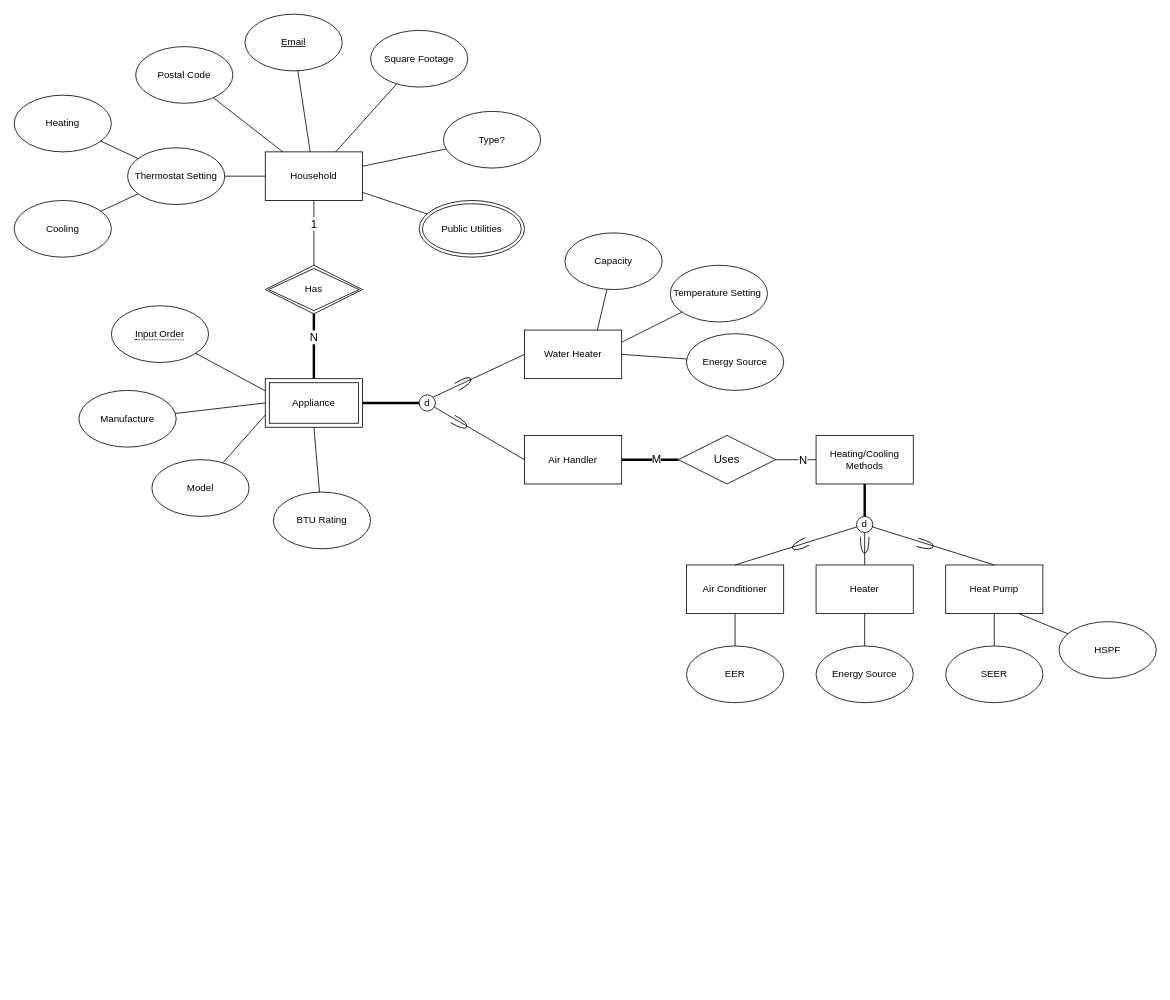
Earlier version of the draw.io diagram EER.drawio (isteven-shu/image-library). Source tidied: cells renumbered, new cells numbered last; positions are measured from the earlier drawing's top-left corner, leaving out a move shared by most shapes. Both pictures are drawn from the tidied source at 81%, with x=0, y=0 at pixel (14, 14).
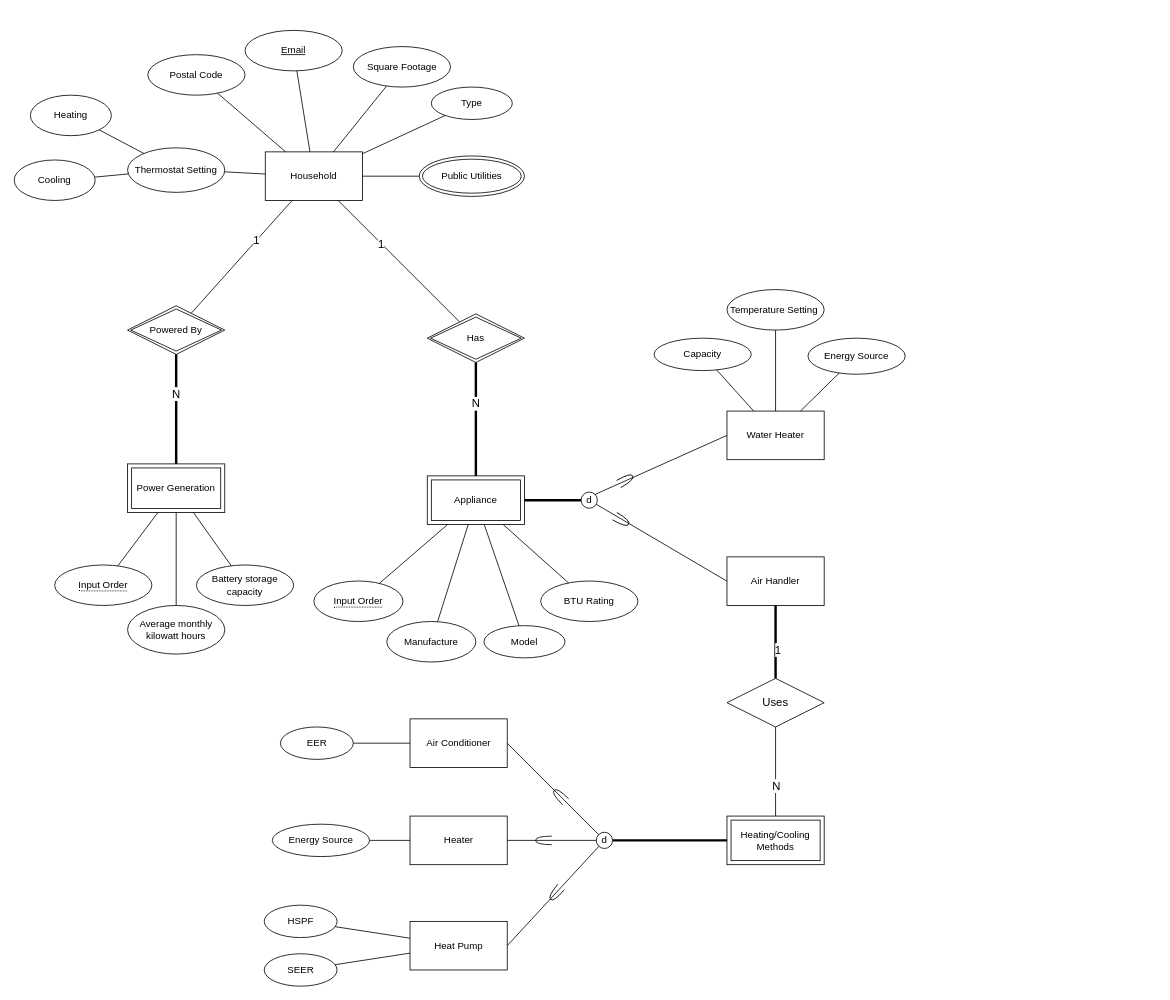
After the change.

Unchanged cells that the change refers to:
```xml
<mxCell id="2" value="Household" style="rounded=0;whiteSpace=wrap;html=1;" parent="1" vertex="1">
  <mxGeometry x="310" y="170" width="120" height="60" as="geometry" />
</mxCell>
<mxCell id="51" style="endArrow=none;html=1;rounded=0;strokeWidth=3;" parent="1" edge="1" source="37" target="50">
  <mxGeometry relative="1" as="geometry" />
</mxCell>
```

Change to the diagram source:
```diff
@@
     <mxCell id="3" value="&lt;u&gt;Email&lt;/u&gt;" style="ellipse;whiteSpace=wrap;html=1;" parent="1" vertex="1">
-      <mxGeometry x="285" width="120" height="70" as="geometry" />
+      <mxGeometry x="285" y="20" width="120" height="50" as="geometry" />
     </mxCell>
     <mxCell id="4" value="Square Footage" style="ellipse;whiteSpace=wrap;html=1;" parent="1" vertex="1">
-      <mxGeometry x="440" y="20" width="120" height="70" as="geometry" />
+      <mxGeometry x="418.7" y="40" width="120" height="50" as="geometry" />
     </mxCell>
-    <mxCell id="5" value="Type?" style="ellipse;whiteSpace=wrap;html=1;" parent="1" vertex="1">
-      <mxGeometry x="530" y="120" width="120" height="70" as="geometry" />
+    <mxCell id="5" value="Type" style="ellipse;whiteSpace=wrap;html=1;" parent="1" vertex="1">
+      <mxGeometry x="515" y="90" width="100" height="40" as="geometry" />
     </mxCell>
     <mxCell id="6" value="Public Utilities" style="ellipse;shape=doubleEllipse;whiteSpace=wrap;html=1;" parent="1" vertex="1">
-      <mxGeometry x="500" y="230" width="130" height="70" as="geometry" />
+      <mxGeometry x="500" y="175" width="130" height="50" as="geometry" />
     </mxCell>
     <mxCell id="7" value="Thermostat Setting" style="ellipse;whiteSpace=wrap;html=1;" parent="1" vertex="1">
-      <mxGeometry x="140" y="165" width="120" height="70" as="geometry" />
+      <mxGeometry x="140" y="165" width="120" height="55" as="geometry" />
     </mxCell>
     <mxCell id="8" value="Heating" style="ellipse;whiteSpace=wrap;html=1;" parent="1" vertex="1">
-      <mxGeometry y="100" width="120" height="70" as="geometry" />
+      <mxGeometry x="20" y="100" width="100" height="50" as="geometry" />
     </mxCell>
     <mxCell id="9" value="Cooling" style="ellipse;whiteSpace=wrap;html=1;" parent="1" vertex="1">
-      <mxGeometry y="230" width="120" height="70" as="geometry" />
+      <mxGeometry y="180" width="100" height="50" as="geometry" />
     </mxCell>
     <mxCell id="10" value="Postal Code" style="ellipse;whiteSpace=wrap;html=1;" parent="1" vertex="1">
-      <mxGeometry x="150" y="40" width="120" height="70" as="geometry" />
+      <mxGeometry x="165" y="50" width="120" height="50" as="geometry" />
     </mxCell>
@@
     <mxCell id="19" style="endArrow=none;html=1;rounded=0;startArrow=none;" parent="1" edge="1" source="22">
       <mxGeometry relative="1" as="geometry">
-        <mxPoint x="370" y="350" as="targetPoint" />
+        <mxPoint x="570" y="470" as="targetPoint" />
       </mxGeometry>
     </mxCell>
@@
     <mxCell id="22" value="Has" style="shape=rhombus;double=1;perimeter=rhombusPerimeter;whiteSpace=wrap;html=1;align=center;" parent="1" vertex="1">
-      <mxGeometry x="310" y="310" width="120" height="60" as="geometry" />
+      <mxGeometry x="510" y="370" width="120" height="60" as="geometry" />
     </mxCell>
     <mxCell id="23" value="Appliance" style="shape=ext;margin=3;double=1;whiteSpace=wrap;html=1;align=center;" parent="1" vertex="1">
-      <mxGeometry x="310" y="450" width="120" height="60" as="geometry" />
+      <mxGeometry x="510" y="570" width="120" height="60" as="geometry" />
     </mxCell>
     <mxCell id="24" value="&lt;span style=&quot;border-bottom: 1px dotted&quot;&gt;Input Order&lt;/span&gt;" style="ellipse;whiteSpace=wrap;html=1;align=center;" parent="1" vertex="1">
-      <mxGeometry x="120" y="360" width="120" height="70" as="geometry" />
+      <mxGeometry x="370" y="699.8" width="110" height="50" as="geometry" />
     </mxCell>
-    <mxCell id="25" style="endArrow=none;html=1;rounded=0;entryX=0;entryY=0.25;entryDx=0;entryDy=0;" parent="1" edge="1" source="24" target="23">
+    <mxCell id="25" style="endArrow=none;html=1;rounded=0;" parent="1" edge="1" source="24" target="23">
       <mxGeometry relative="1" as="geometry" />
     </mxCell>
@@
     <mxCell id="28" value="Manufacture" style="ellipse;whiteSpace=wrap;html=1;" parent="1" vertex="1">
-      <mxGeometry x="80" y="464.5" width="120" height="70" as="geometry" />
+      <mxGeometry x="460" y="749.8" width="110" height="50" as="geometry" />
     </mxCell>
-    <mxCell id="29" style="endArrow=none;html=1;rounded=0;entryX=0;entryY=0.5;entryDx=0;entryDy=0;" parent="1" edge="1" source="28" target="23">
+    <mxCell id="29" style="endArrow=none;html=1;rounded=0;" parent="1" edge="1" source="28" target="23">
       <mxGeometry relative="1" as="geometry" />
     </mxCell>
     <mxCell id="30" value="Model" style="ellipse;whiteSpace=wrap;html=1;" parent="1" vertex="1">
-      <mxGeometry x="170" y="550" width="120" height="70" as="geometry" />
+      <mxGeometry x="580" y="754.9" width="100" height="39.8" as="geometry" />
     </mxCell>
-    <mxCell id="31" style="endArrow=none;html=1;rounded=0;entryX=0;entryY=0.75;entryDx=0;entryDy=0;" parent="1" edge="1" source="30" target="23">
+    <mxCell id="31" style="endArrow=none;html=1;rounded=0;" parent="1" edge="1" source="30" target="23">
       <mxGeometry relative="1" as="geometry" />
     </mxCell>
     <mxCell id="32" value="BTU Rating" style="ellipse;whiteSpace=wrap;html=1;" parent="1" vertex="1">
-      <mxGeometry x="320" y="590" width="120" height="70" as="geometry" />
+      <mxGeometry x="650" y="699.8" width="120" height="50" as="geometry" />
     </mxCell>
-    <mxCell id="33" style="endArrow=none;html=1;rounded=0;exitX=0.5;exitY=1;exitDx=0;exitDy=0;" parent="1" edge="1" source="23" target="32">
+    <mxCell id="33" style="endArrow=none;html=1;rounded=0;" parent="1" edge="1" source="23" target="32">
       <mxGeometry relative="1" as="geometry" />
     </mxCell>
@@
     <mxCell id="35" value="d" style="ellipse;whiteSpace=wrap;html=1;" parent="1" vertex="1">
-      <mxGeometry x="500" y="470" width="20" height="20" as="geometry" />
+      <mxGeometry x="700" y="590" width="20" height="20" as="geometry" />
     </mxCell>
     <mxCell id="36" value="Water Heater" style="rounded=0;whiteSpace=wrap;html=1;" parent="1" vertex="1">
-      <mxGeometry x="630" y="390" width="120" height="60" as="geometry" />
+      <mxGeometry x="880" y="490" width="120" height="60" as="geometry" />
     </mxCell>
     <mxCell id="37" value="Air Handler" style="rounded=0;whiteSpace=wrap;html=1;" parent="1" vertex="1">
-      <mxGeometry x="630" y="520" width="120" height="60" as="geometry" />
+      <mxGeometry x="880" y="670" width="120" height="60" as="geometry" />
     </mxCell>
     <mxCell id="38" value="Capacity" style="ellipse;whiteSpace=wrap;html=1;" parent="1" vertex="1">
-      <mxGeometry x="680" y="270" width="120" height="70" as="geometry" />
+      <mxGeometry x="790" y="400" width="120" height="40" as="geometry" />
     </mxCell>
     <mxCell id="39" value="Temperature Setting&amp;nbsp;" style="ellipse;whiteSpace=wrap;html=1;" parent="1" vertex="1">
-      <mxGeometry x="810" y="310" width="120" height="70" as="geometry" />
+      <mxGeometry x="880" y="340" width="120" height="50" as="geometry" />
     </mxCell>
     <mxCell id="40" value="Energy Source" style="ellipse;whiteSpace=wrap;html=1;" parent="1" vertex="1">
-      <mxGeometry x="830" y="394.5" width="120" height="70" as="geometry" />
+      <mxGeometry x="980" y="400" width="120" height="44.5" as="geometry" />
     </mxCell>
-    <mxCell id="41" style="endArrow=none;html=1;rounded=0;entryX=0.75;entryY=0;entryDx=0;entryDy=0;" parent="1" edge="1" source="38" target="36">
+    <mxCell id="41" style="endArrow=none;html=1;rounded=0;" parent="1" edge="1" source="38" target="36">
       <mxGeometry relative="1" as="geometry" />
     </mxCell>
-    <mxCell id="42" style="endArrow=none;html=1;rounded=0;entryX=1;entryY=0.25;entryDx=0;entryDy=0;" parent="1" edge="1" source="39" target="36">
+    <mxCell id="42" style="endArrow=none;html=1;rounded=0;" parent="1" edge="1" source="39" target="36">
       <mxGeometry relative="1" as="geometry" />
     </mxCell>
-    <mxCell id="43" style="endArrow=none;html=1;rounded=0;entryX=1;entryY=0.5;entryDx=0;entryDy=0;" parent="1" edge="1" source="40" target="36">
+    <mxCell id="43" style="endArrow=none;html=1;rounded=0;" parent="1" edge="1" source="40" target="36">
       <mxGeometry relative="1" as="geometry" />
     </mxCell>
     <mxCell id="44" style="group;" parent="1" vertex="1">
-      <mxGeometry x="543.8" y="445.7" width="22.4" height="18.8" as="geometry" />
+      <mxGeometry x="743.8" y="565.7" width="22.4" height="18.8" as="geometry" />
     </mxCell>
@@
     <mxCell id="47" style="group;" parent="1" vertex="1">
-      <mxGeometry x="538.7" y="495.2" width="22.6" height="19.1" as="geometry" />
+      <mxGeometry x="738.7" y="615.2" width="22.6" height="19.1" as="geometry" />
     </mxCell>
@@
     <mxCell id="50" value="Uses" style="shape=rhombus;perimeter=rhombusPerimeter;whiteSpace=wrap;html=1;align=center;labelBackgroundColor=#FFFFFF;fontSize=14;" parent="1" vertex="1">
-      <mxGeometry x="820" y="520" width="120" height="60" as="geometry" />
+      <mxGeometry x="880" y="820" width="120" height="60" as="geometry" />
     </mxCell>
@@
-    <mxCell id="52" value="M" style="edgeLabel;html=1;align=center;verticalAlign=middle;fontSize=14;" parent="51" vertex="1">
+    <mxCell id="52" value="1" style="edgeLabel;html=1;align=center;verticalAlign=middle;fontSize=14;" parent="51" vertex="1">
       <mxGeometry x="0.2" y="2" relative="1" as="geometry" />
     </mxCell>
-    <mxCell id="53" value="Heating/Cooling Methods" style="rounded=0;whiteSpace=wrap;html=1;" parent="1" vertex="1">
-      <mxGeometry x="990" y="520" width="120" height="60" as="geometry" />
-    </mxCell>
@@
     <mxCell id="57" value="d" style="ellipse;whiteSpace=wrap;html=1;" parent="1" vertex="1">
-      <mxGeometry x="1040" y="620" width="20" height="20" as="geometry" />
+      <mxGeometry x="718.7" y="1010" width="20" height="20" as="geometry" />
     </mxCell>
     <mxCell id="58" value="Air Conditioner" style="rounded=0;whiteSpace=wrap;html=1;" parent="1" vertex="1">
-      <mxGeometry x="830" y="680" width="120" height="60" as="geometry" />
+      <mxGeometry x="488.7" y="870" width="120" height="60" as="geometry" />
     </mxCell>
     <mxCell id="59" value="Heater" style="rounded=0;whiteSpace=wrap;html=1;" parent="1" vertex="1">
-      <mxGeometry x="990" y="680" width="120" height="60" as="geometry" />
+      <mxGeometry x="488.7" y="990" width="120" height="60" as="geometry" />
     </mxCell>
     <mxCell id="60" value="Heat Pump" style="rounded=0;whiteSpace=wrap;html=1;" parent="1" vertex="1">
-      <mxGeometry x="1150" y="680" width="120" height="60" as="geometry" />
+      <mxGeometry x="488.7" y="1120" width="120" height="60" as="geometry" />
     </mxCell>
-    <mxCell id="61" style="endArrow=none;html=1;rounded=0;entryX=0.5;entryY=0;entryDx=0;entryDy=0;" parent="1" edge="1" source="57" target="58">
+    <mxCell id="61" style="endArrow=none;html=1;rounded=0;entryX=1;entryY=0.5;entryDx=0;entryDy=0;" parent="1" edge="1" source="57" target="58">
       <mxGeometry relative="1" as="geometry" />
     </mxCell>
@@
-    <mxCell id="63" style="endArrow=none;html=1;rounded=0;entryX=0.5;entryY=0;entryDx=0;entryDy=0;" parent="1" edge="1" source="57" target="60">
+    <mxCell id="63" style="endArrow=none;html=1;rounded=0;entryX=1;entryY=0.5;entryDx=0;entryDy=0;" parent="1" edge="1" source="57" target="60">
       <mxGeometry relative="1" as="geometry" />
     </mxCell>
-    <mxCell id="64" style="shape=requiredInterface;html=1;verticalLabelPosition=bottom;sketch=0;labelBackgroundColor=#FFFFFF;fontSize=14;rotation=-205;" parent="1" vertex="1">
-      <mxGeometry x="960" y="650" width="20" height="10.5" as="geometry" />
+    <mxCell id="64" style="shape=requiredInterface;html=1;verticalLabelPosition=bottom;sketch=0;labelBackgroundColor=#FFFFFF;fontSize=14;rotation=-135;" parent="1" vertex="1">
+      <mxGeometry x="663.7" y="960" width="20" height="10.5" as="geometry" />
     </mxCell>
-    <mxCell id="65" style="shape=requiredInterface;html=1;verticalLabelPosition=bottom;sketch=0;labelBackgroundColor=#FFFFFF;fontSize=14;rotation=90;" parent="1" vertex="1">
-      <mxGeometry x="1040" y="650" width="20" height="10.5" as="geometry" />
+    <mxCell id="65" style="shape=requiredInterface;html=1;verticalLabelPosition=bottom;sketch=0;labelBackgroundColor=#FFFFFF;fontSize=14;rotation=-180;" parent="1" vertex="1">
+      <mxGeometry x="643.7" y="1014.8" width="20" height="10.5" as="geometry" />
     </mxCell>
-    <mxCell id="66" style="shape=requiredInterface;html=1;verticalLabelPosition=bottom;sketch=0;labelBackgroundColor=#FFFFFF;fontSize=14;rotation=15;" parent="1" vertex="1">
-      <mxGeometry x="1115" y="649.5" width="20" height="10.5" as="geometry" />
+    <mxCell id="66" style="shape=requiredInterface;html=1;verticalLabelPosition=bottom;sketch=0;labelBackgroundColor=#FFFFFF;fontSize=14;rotation=-230;" parent="1" vertex="1">
+      <mxGeometry x="658.7" y="1080" width="20" height="10.5" as="geometry" />
     </mxCell>
     <mxCell id="67" value="EER" style="ellipse;whiteSpace=wrap;html=1;" parent="1" vertex="1">
-      <mxGeometry x="830" y="780" width="120" height="70" as="geometry" />
+      <mxGeometry x="328.7" y="880" width="90" height="40" as="geometry" />
     </mxCell>
-    <mxCell id="68" style="endArrow=none;html=1;rounded=0;exitX=0.5;exitY=1;exitDx=0;exitDy=0;" parent="1" edge="1" source="58" target="67">
+    <mxCell id="68" style="endArrow=none;html=1;rounded=0;" parent="1" edge="1" source="58" target="67">
       <mxGeometry relative="1" as="geometry" />
     </mxCell>
     <mxCell id="69" value="Energy Source" style="ellipse;whiteSpace=wrap;html=1;" parent="1" vertex="1">
-      <mxGeometry x="990" y="780" width="120" height="70" as="geometry" />
+      <mxGeometry x="318.7" y="1000" width="120" height="40" as="geometry" />
     </mxCell>
-    <mxCell id="70" style="endArrow=none;html=1;rounded=0;exitX=0.5;exitY=1;exitDx=0;exitDy=0;" parent="1" edge="1" source="59" target="69">
+    <mxCell id="70" style="endArrow=none;html=1;rounded=0;" parent="1" edge="1" source="59" target="69">
       <mxGeometry relative="1" as="geometry" />
     </mxCell>
     <mxCell id="71" value="SEER" style="ellipse;whiteSpace=wrap;html=1;" parent="1" vertex="1">
-      <mxGeometry x="1150" y="780" width="120" height="70" as="geometry" />
+      <mxGeometry x="308.7" y="1160" width="90" height="40" as="geometry" />
     </mxCell>
     <mxCell id="72" value="HSPF" style="ellipse;whiteSpace=wrap;html=1;" parent="1" vertex="1">
-      <mxGeometry x="1290" y="750" width="120" height="70" as="geometry" />
+      <mxGeometry x="308.7" y="1100" width="90" height="40" as="geometry" />
     </mxCell>
-    <mxCell id="73" style="endArrow=none;html=1;rounded=0;exitX=0.5;exitY=1;exitDx=0;exitDy=0;entryX=0.5;entryY=0;entryDx=0;entryDy=0;" parent="1" edge="1" source="60" target="71">
+    <mxCell id="73" style="endArrow=none;html=1;rounded=0;" parent="1" edge="1" source="60" target="71">
       <mxGeometry relative="1" as="geometry" />
     </mxCell>
-    <mxCell id="74" style="endArrow=none;html=1;rounded=0;exitX=0.75;exitY=1;exitDx=0;exitDy=0;" parent="1" edge="1" source="60" target="72">
+    <mxCell id="74" style="endArrow=none;html=1;rounded=0;" parent="1" edge="1" source="60" target="72">
       <mxGeometry relative="1" as="geometry" />
     </mxCell>
+    <mxCell id="75" value="Powered By" style="shape=rhombus;double=1;perimeter=rhombusPerimeter;whiteSpace=wrap;html=1;align=center;" parent="1" vertex="1">
+      <mxGeometry x="140" y="360" width="120" height="60" as="geometry" />
+    </mxCell>
+    <mxCell id="76" style="endArrow=none;html=1;rounded=0;" parent="1" edge="1" source="2" target="75">
+      <mxGeometry relative="1" as="geometry" />
+    </mxCell>
+    <mxCell id="77" value="1" style="edgeLabel;html=1;align=center;verticalAlign=middle;fontSize=14;" parent="76" vertex="1">
+      <mxGeometry x="-0.29" y="-1" relative="1" as="geometry" />
+    </mxCell>
+    <mxCell id="78" value="Power Generation" style="shape=ext;margin=3;double=1;whiteSpace=wrap;html=1;align=center;" parent="1" vertex="1">
+      <mxGeometry x="140" y="555.2" width="120" height="60" as="geometry" />
+    </mxCell>
+    <mxCell id="79" style="endArrow=none;html=1;rounded=0;strokeWidth=3;" parent="1" edge="1" source="75" target="78">
+      <mxGeometry relative="1" as="geometry" />
+    </mxCell>
+    <mxCell id="80" value="N" style="edgeLabel;html=1;align=center;verticalAlign=middle;fontSize=14;" parent="79" vertex="1">
+      <mxGeometry x="-0.29" y="-1" relative="1" as="geometry" />
+    </mxCell>
+    <mxCell id="81" value="&lt;span style=&quot;border-bottom: 1px dotted&quot;&gt;Input Order&lt;/span&gt;" style="ellipse;whiteSpace=wrap;html=1;align=center;" parent="1" vertex="1">
+      <mxGeometry x="50" y="680" width="120" height="50" as="geometry" />
+    </mxCell>
+    <mxCell id="82" value="Average monthly&lt;br/&gt;kilowatt hours&lt;br/&gt;" style="ellipse;whiteSpace=wrap;html=1;" parent="1" vertex="1">
+      <mxGeometry x="140" y="730" width="120" height="60" as="geometry" />
+    </mxCell>
+    <mxCell id="83" value="Battery storage&lt;br/&gt;capacity" style="ellipse;whiteSpace=wrap;html=1;" parent="1" vertex="1">
+      <mxGeometry x="225" y="680" width="120" height="50" as="geometry" />
+    </mxCell>
+    <mxCell id="84" style="endArrow=none;html=1;rounded=0;" parent="1" edge="1" source="81" target="78">
+      <mxGeometry relative="1" as="geometry" />
+    </mxCell>
+    <mxCell id="85" style="endArrow=none;html=1;rounded=0;" parent="1" edge="1" source="82" target="78">
+      <mxGeometry relative="1" as="geometry" />
+    </mxCell>
+    <mxCell id="86" style="endArrow=none;html=1;rounded=0;" parent="1" edge="1" source="83" target="78">
+      <mxGeometry relative="1" as="geometry" />
+    </mxCell>
+    <mxCell id="53" value="Heating/Cooling Methods" style="shape=ext;margin=3;double=1;whiteSpace=wrap;html=1;align=center;" parent="1" vertex="1">
+      <mxGeometry x="880" y="990" width="120" height="60" as="geometry" />
+    </mxCell>
```
